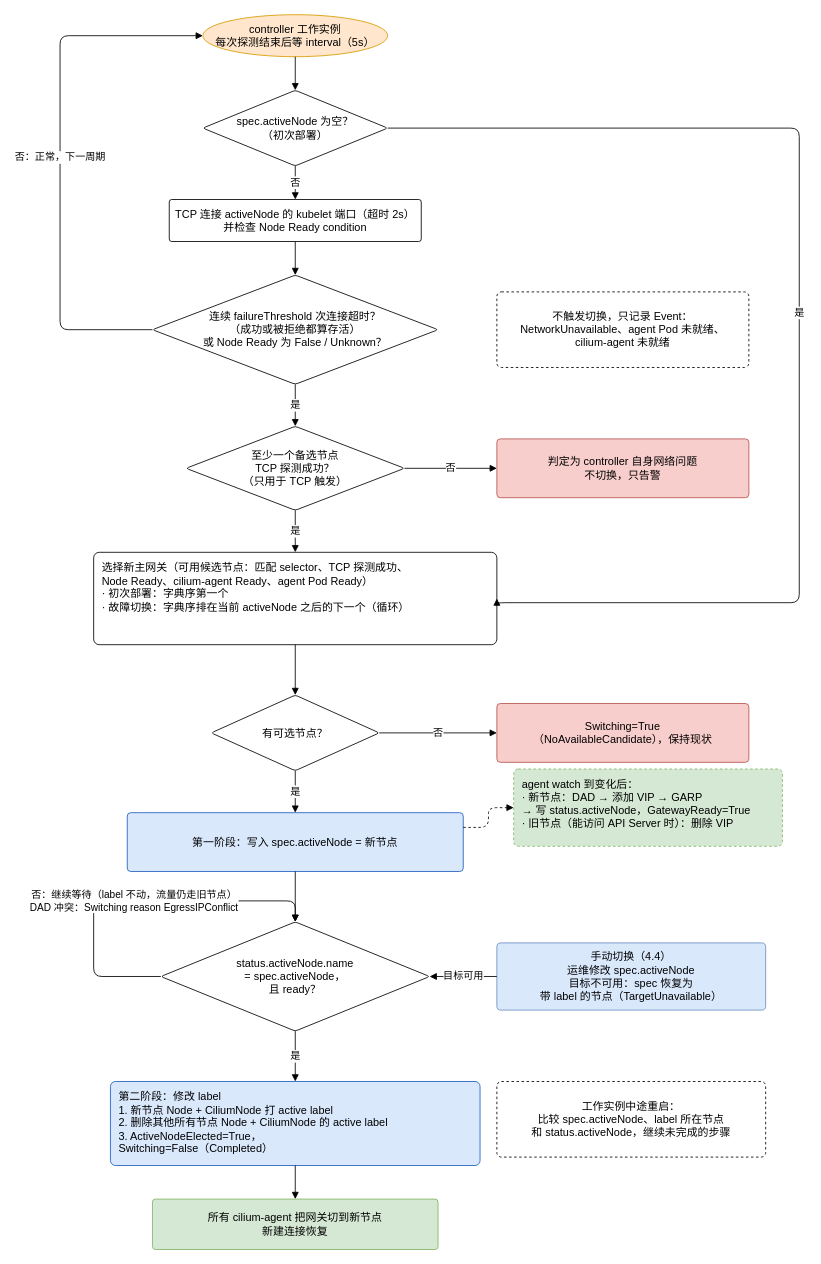
Above: docs/images/controller-workflow.drawio in spidernet-io/cilium-egressgateway-ha (draw.io), before the change. Source tidied: cells renumbered, new cells numbered last; positions are measured from the earlier drawing's top-left corner, leaving out a move shared by most shapes. Both pictures are drawn from the tidied source at 84%, with x=0, y=0 at pixel (60, 14).
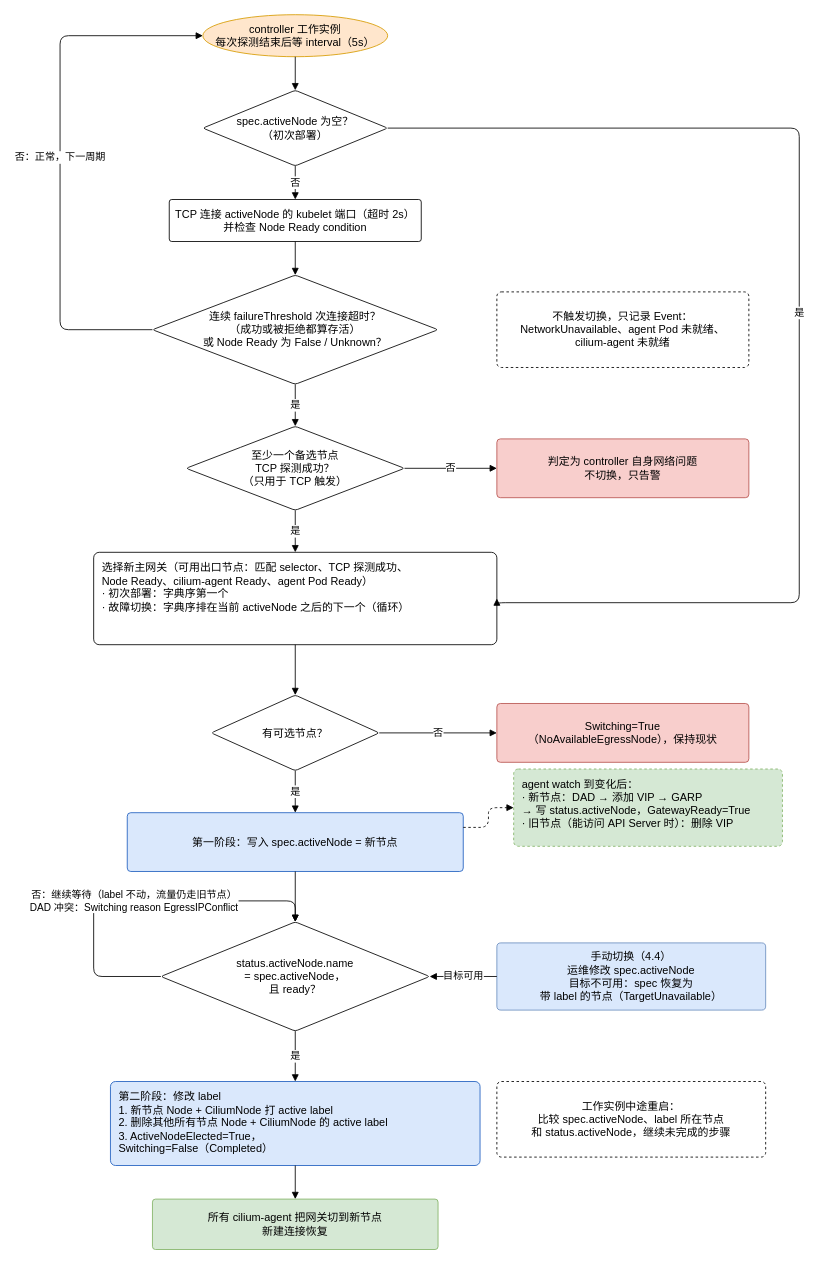
After the change.

Commit message (it also covers changes not shown here):
docs: update diagrams for the egress node naming and labels

Change to the diagram source:
```diff
@@
-    <mxCell id="9" value="选择新主网关（可用候选节点：匹配 selector、TCP 探测成功、&lt;br&gt;Node Ready、cilium-agent Ready、agent Pod Ready）&lt;br&gt;· 初次部署：字典序第一个&lt;br&gt;· 故障切换：字典序排在当前 activeNode 之后的下一个（循环）" style="rounded=1;whiteSpace=wrap;html=1;arcSize=6;fontSize=13;fillColor=#ffffff;align=left;verticalAlign=top;spacingLeft=8;spacingTop=4;" parent="1" vertex="1">
+    <mxCell id="9" value="选择新主网关（可用出口节点：匹配 selector、TCP 探测成功、&lt;br&gt;Node Ready、cilium-agent Ready、agent Pod Ready）&lt;br&gt;· 初次部署：字典序第一个&lt;br&gt;· 故障切换：字典序排在当前 activeNode 之后的下一个（循环）" style="rounded=1;whiteSpace=wrap;html=1;arcSize=6;fontSize=13;fillColor=#ffffff;align=left;verticalAlign=top;spacingLeft=8;spacingTop=4;" parent="1" vertex="1">
       <mxGeometry x="40" y="640" width="480" height="110" as="geometry" />
     </mxCell>
@@
-    <mxCell id="11" value="Switching=True&lt;br&gt;（NoAvailableCandidate），保持现状" style="rounded=1;whiteSpace=wrap;html=1;arcSize=6;fontSize=13;fillColor=#f8cecc;strokeColor=#b85450;" parent="1" vertex="1">
+    <mxCell id="11" value="Switching=True&lt;br&gt;（NoAvailableEgressNode），保持现状" style="rounded=1;whiteSpace=wrap;html=1;arcSize=6;fontSize=13;fillColor=#f8cecc;strokeColor=#b85450;" parent="1" vertex="1">
       <mxGeometry x="520" y="820" width="300" height="70" as="geometry" />
     </mxCell>
```
